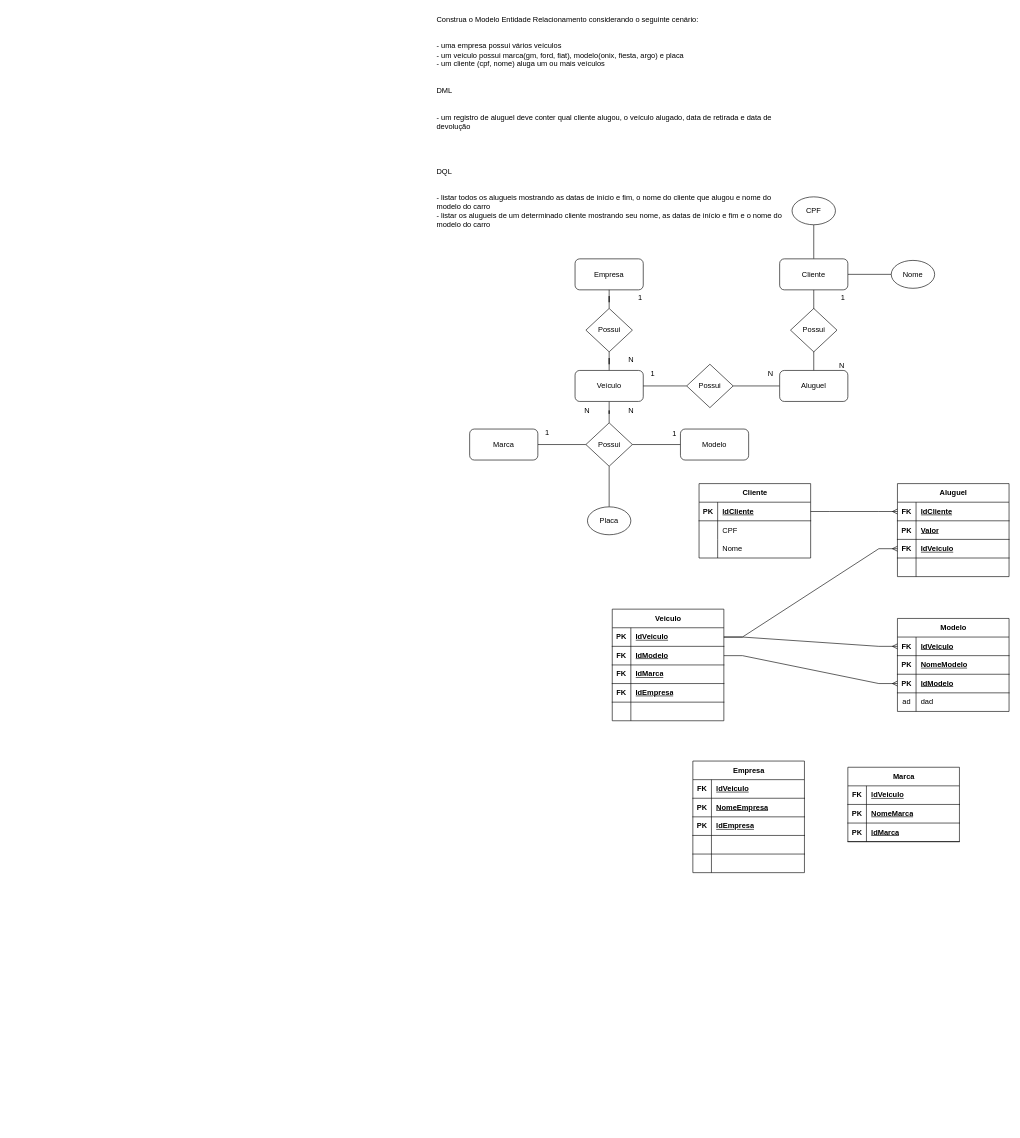
The draw.io diagram page "Página-3" (3 of 7) of Exercícios/DER Ex01/DER00.drawio in GuilhermeOliveira23/2-Semestre-SENAI, before the edit. Source tidied: cells renumbered, new cells numbered last; positions are measured from the earlier drawing's top-left corner, leaving out a move shared by most shapes. Both pictures are drawn from the tidied source at 62%, with x=0, y=0 at pixel (435, 11).
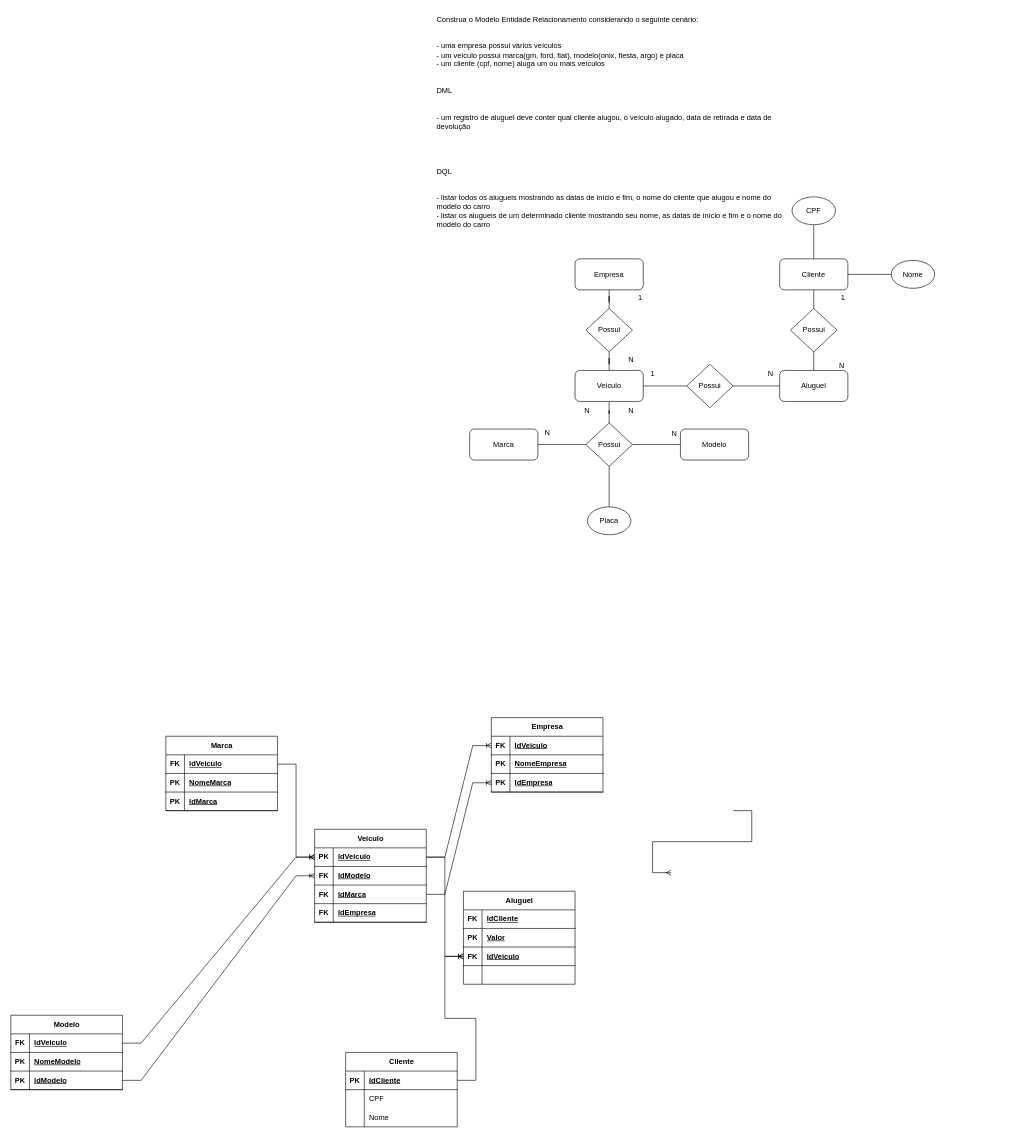
The same page after the edit.

The change refers to these unchanged cells:
```xml
<mxCell id="39" style="shape=tableRow;horizontal=0;startSize=0;swimlaneHead=0;swimlaneBody=0;fillColor=none;points=[[0,0.5],[1,0.5]];portConstraint=eastwest;top=0;left=0;right=0;bottom=1;" parent="38" vertex="1">
  <mxGeometry y="30" width="180" height="30" as="geometry" />
</mxCell>
<mxCell id="45" style="shape=tableRow;horizontal=0;startSize=0;swimlaneHead=0;swimlaneBody=0;fillColor=none;points=[[0,0.5],[1,0.5]];portConstraint=eastwest;top=0;left=0;right=0;bottom=1;" parent="38" vertex="1">
  <mxGeometry y="90" width="180" height="30" as="geometry" />
</mxCell>
<mxCell id="55" style="shape=tableRow;horizontal=0;startSize=0;swimlaneHead=0;swimlaneBody=0;fillColor=none;points=[[0,0.5],[1,0.5]];portConstraint=eastwest;top=0;left=0;right=0;bottom=1;" parent="54" vertex="1">
  <mxGeometry y="30" width="180" height="30" as="geometry" />
</mxCell>
<mxCell id="58" style="shape=tableRow;horizontal=0;startSize=0;swimlaneHead=0;swimlaneBody=0;fillColor=none;points=[[0,0.5],[1,0.5]];portConstraint=eastwest;top=0;left=0;right=0;bottom=1;" parent="54" vertex="1">
  <mxGeometry y="60" width="180" height="30" as="geometry" />
</mxCell>
<mxCell id="61" style="shape=tableRow;horizontal=0;startSize=0;swimlaneHead=0;swimlaneBody=0;fillColor=none;points=[[0,0.5],[1,0.5]];portConstraint=eastwest;top=0;left=0;right=0;bottom=1;" parent="54" vertex="1">
  <mxGeometry y="90" width="180" height="30" as="geometry" />
</mxCell>
<mxCell id="71" style="shape=tableRow;horizontal=0;startSize=0;swimlaneHead=0;swimlaneBody=0;fillColor=none;points=[[0,0.5],[1,0.5]];portConstraint=eastwest;top=0;left=0;right=0;bottom=1;" parent="70" vertex="1">
  <mxGeometry y="30" width="180" height="30" as="geometry" />
</mxCell>
<mxCell id="77" style="shape=tableRow;horizontal=0;startSize=0;swimlaneHead=0;swimlaneBody=0;fillColor=none;points=[[0,0.5],[1,0.5]];portConstraint=eastwest;top=0;left=0;right=0;bottom=1;" parent="70" vertex="1">
  <mxGeometry y="90" width="180" height="30" as="geometry" />
</mxCell>
<mxCell id="84" style="shape=tableRow;horizontal=0;startSize=0;swimlaneHead=0;swimlaneBody=0;fillColor=none;points=[[0,0.5],[1,0.5]];portConstraint=eastwest;top=0;left=0;right=0;bottom=1;" parent="83" vertex="1">
  <mxGeometry y="30" width="180" height="30" as="geometry" />
</mxCell>
<mxCell id="94" style="shape=tableRow;horizontal=0;startSize=0;swimlaneHead=0;swimlaneBody=0;fillColor=none;points=[[0,0.5],[1,0.5]];portConstraint=eastwest;top=0;left=0;right=0;bottom=1;" parent="93" vertex="1">
  <mxGeometry y="30" width="180" height="30" as="geometry" />
</mxCell>
<mxCell id="100" style="shape=tableRow;horizontal=0;startSize=0;swimlaneHead=0;swimlaneBody=0;fillColor=none;points=[[0,0.5],[1,0.5]];portConstraint=eastwest;top=0;left=0;right=0;bottom=1;" parent="93" vertex="1">
  <mxGeometry y="90" width="180" height="30" as="geometry" />
</mxCell>
<mxCell id="107" style="shape=tableRow;horizontal=0;startSize=0;swimlaneHead=0;swimlaneBody=0;fillColor=none;points=[[0,0.5],[1,0.5]];portConstraint=eastwest;top=0;left=0;right=0;bottom=1;" parent="106" vertex="1">
  <mxGeometry y="30" width="180" height="30" as="geometry" />
</mxCell>
```

The edit, as a diff of the source:
```diff
@@
-    <mxCell id="25" value="1" style="text;html=1;align=center;verticalAlign=middle;strokeColor=none;fillColor=none;" parent="1" vertex="1">
+    <mxCell id="25" value="N" style="text;html=1;align=center;verticalAlign=middle;strokeColor=none;fillColor=none;" parent="1" vertex="1">
       <mxGeometry x="165" y="664.5" width="30" height="30" as="geometry" />
     </mxCell>
@@
-    <mxCell id="36" value="1" style="text;html=1;align=center;verticalAlign=middle;strokeColor=none;fillColor=none;" parent="1" vertex="1">
+    <mxCell id="36" value="N" style="text;html=1;align=center;verticalAlign=middle;strokeColor=none;fillColor=none;" parent="1" vertex="1">
       <mxGeometry x="370" y="668" width="30" height="30" as="geometry" />
     </mxCell>
@@
     <mxCell id="38" value="Empresa" style="shape=table;startSize=30;childLayout=tableLayout;rowLines=0;fontStyle=1;align=center;html=1;" parent="1" vertex="1">
-      <mxGeometry x="415" y="1210" width="180" height="180" as="geometry" />
+      <mxGeometry x="90" y="1140" width="180" height="120" as="geometry" />
     </mxCell>
@@
-    <mxCell id="48" style="shape=tableRow;horizontal=0;startSize=0;swimlaneHead=0;swimlaneBody=0;fillColor=none;top=0;left=0;right=0;bottom=1;" parent="38" vertex="1">
-      <mxGeometry y="120" width="180" height="30" as="geometry" />
-    </mxCell>
-    <mxCell id="49" style="shape=partialRectangle;fillColor=none;top=0;left=0;bottom=0;right=0;fontStyle=1;overflow=hidden;whiteSpace=wrap;html=1;" parent="48" vertex="1">
-      <mxGeometry width="30" height="30" as="geometry" />
-    </mxCell>
-    <mxCell id="50" style="shape=partialRectangle;fillColor=none;top=0;left=0;bottom=0;right=0;align=left;spacingLeft=6;fontStyle=5;overflow=hidden;whiteSpace=wrap;html=1;" parent="48" vertex="1">
-      <mxGeometry x="30" width="150" height="30" as="geometry" />
-    </mxCell>
-    <mxCell id="51" style="shape=tableRow;horizontal=0;startSize=0;swimlaneHead=0;swimlaneBody=0;fillColor=none;top=0;left=0;right=0;bottom=0;" parent="38" vertex="1">
-      <mxGeometry y="150" width="180" height="30" as="geometry" />
-    </mxCell>
-    <mxCell id="52" style="shape=partialRectangle;fillColor=none;top=0;left=0;bottom=0;right=0;overflow=hidden;whiteSpace=wrap;html=1;" parent="51" vertex="1">
-      <mxGeometry width="30" height="30" as="geometry" />
-    </mxCell>
-    <mxCell id="53" style="shape=partialRectangle;fillColor=none;top=0;left=0;bottom=0;right=0;align=left;spacingLeft=6;overflow=hidden;whiteSpace=wrap;html=1;" parent="51" vertex="1">
-      <mxGeometry x="30" width="150" height="30" as="geometry" />
-    </mxCell>
     <mxCell id="54" value="Veiculo" style="shape=table;startSize=30;childLayout=tableLayout;rowLines=0;fontStyle=1;align=center;html=1;" parent="1" vertex="1">
-      <mxGeometry x="285" y="965" width="180" height="180" as="geometry" />
+      <mxGeometry x="-195" y="1320" width="180" height="150" as="geometry" />
     </mxCell>
@@
-    <mxCell id="67" style="shape=tableRow;horizontal=0;startSize=0;swimlaneHead=0;swimlaneBody=0;fillColor=none;top=0;left=0;right=0;bottom=0;" parent="54" vertex="1">
-      <mxGeometry y="150" width="180" height="30" as="geometry" />
-    </mxCell>
-    <mxCell id="68" style="shape=partialRectangle;fillColor=none;top=0;left=0;bottom=0;right=0;overflow=hidden;whiteSpace=wrap;html=1;" parent="67" vertex="1">
-      <mxGeometry width="30" height="30" as="geometry" />
-    </mxCell>
-    <mxCell id="69" style="shape=partialRectangle;fillColor=none;top=0;left=0;bottom=0;right=0;align=left;spacingLeft=6;overflow=hidden;whiteSpace=wrap;html=1;" parent="67" vertex="1">
-      <mxGeometry x="30" width="150" height="30" as="geometry" />
-    </mxCell>
     <mxCell id="70" value="Aluguel" style="shape=table;startSize=30;childLayout=tableLayout;rowLines=0;fontStyle=1;align=center;html=1;" parent="1" vertex="1">
-      <mxGeometry x="745" y="762.5" width="180" height="150" as="geometry" />
+      <mxGeometry x="45" y="1420" width="180" height="150" as="geometry" />
     </mxCell>
@@
     <mxCell id="83" value="Marca" style="shape=table;startSize=30;childLayout=tableLayout;rowLines=0;fontStyle=1;align=center;html=1;" parent="1" vertex="1">
-      <mxGeometry x="665" y="1220" width="180" height="120" as="geometry" />
+      <mxGeometry x="-435" y="1170" width="180" height="120" as="geometry" />
     </mxCell>
@@
     <mxCell id="93" value="Modelo" style="shape=table;startSize=30;childLayout=tableLayout;rowLines=0;fontStyle=1;align=center;html=1;" parent="1" vertex="1">
-      <mxGeometry x="745" y="980" width="180" height="150" as="geometry" />
+      <mxGeometry x="-685" y="1620" width="180" height="120" as="geometry" />
     </mxCell>
@@
-    <mxCell id="103" style="shape=tableRow;horizontal=0;startSize=0;swimlaneHead=0;swimlaneBody=0;fillColor=none;top=0;left=0;right=0;bottom=0;" parent="93" vertex="1">
-      <mxGeometry y="120" width="180" height="30" as="geometry" />
-    </mxCell>
-    <mxCell id="104" value="ad" style="shape=partialRectangle;fillColor=none;top=0;left=0;bottom=0;right=0;overflow=hidden;whiteSpace=wrap;html=1;" parent="103" vertex="1">
-      <mxGeometry width="30" height="30" as="geometry" />
-    </mxCell>
-    <mxCell id="105" value="dad" style="shape=partialRectangle;fillColor=none;top=0;left=0;bottom=0;right=0;align=left;spacingLeft=6;overflow=hidden;whiteSpace=wrap;html=1;" parent="103" vertex="1">
-      <mxGeometry x="30" width="150" height="30" as="geometry" />
-    </mxCell>
     <mxCell id="106" value="Cliente" style="shape=table;startSize=30;childLayout=tableLayout;rowLines=0;fontStyle=1;align=center;html=1;" parent="1" vertex="1">
-      <mxGeometry x="425" y="762.5" width="180" height="120" as="geometry" />
+      <mxGeometry x="-145" y="1680" width="180" height="120" as="geometry" />
     </mxCell>
@@
-    <mxCell id="116" style="edgeStyle=entityRelationEdgeStyle;fontSize=12;html=1;endArrow=ERmany;rounded=0;exitX=1;exitY=0.5;exitDx=0;exitDy=0;entryX=0;entryY=0.5;entryDx=0;entryDy=0;" parent="1" edge="1" source="107" target="71">
-      <mxGeometry relative="1" as="geometry" />
-    </mxCell>
+    <mxCell id="120" style="edgeStyle=entityRelationEdgeStyle;fontSize=12;html=1;endArrow=ERoneToMany;rounded=0;entryX=0;entryY=0.5;entryDx=0;entryDy=0;exitX=1;exitY=0.5;exitDx=0;exitDy=0;" parent="1" edge="1" source="61" target="45">
+      <mxGeometry relative="1" as="geometry" />
+    </mxCell>
-    <mxCell id="117" style="edgeStyle=entityRelationEdgeStyle;fontSize=12;html=1;endArrow=ERmany;rounded=0;entryX=0;entryY=0.5;entryDx=0;entryDy=0;exitX=1;exitY=0.5;exitDx=0;exitDy=0;" parent="1" edge="1" source="55" target="77">
+    <mxCell id="117" style="edgeStyle=entityRelationEdgeStyle;fontSize=12;html=1;endArrow=ERoneToMany;rounded=0;entryX=0;entryY=0.5;entryDx=0;entryDy=0;exitX=1;exitY=0.5;exitDx=0;exitDy=0;" parent="1" edge="1" source="55" target="77">
       <mxGeometry relative="1" as="geometry" />
     </mxCell>
-    <mxCell id="118" style="edgeStyle=entityRelationEdgeStyle;fontSize=12;html=1;endArrow=ERmany;rounded=0;entryX=0;entryY=0.5;entryDx=0;entryDy=0;exitX=1;exitY=0.5;exitDx=0;exitDy=0;" parent="1" edge="1" source="55" target="94">
-      <mxGeometry relative="1" as="geometry" />
-    </mxCell>
-    <mxCell id="119" style="edgeStyle=entityRelationEdgeStyle;fontSize=12;html=1;endArrow=ERmany;rounded=0;entryX=0;entryY=0.5;entryDx=0;entryDy=0;exitX=1;exitY=0.5;exitDx=0;exitDy=0;" parent="1" edge="1" source="58" target="100">
-      <mxGeometry relative="1" as="geometry" />
-    </mxCell>
+    <mxCell id="121" style="edgeStyle=entityRelationEdgeStyle;fontSize=12;html=1;endArrow=ERoneToMany;rounded=0;entryX=0;entryY=0.5;entryDx=0;entryDy=0;exitX=1;exitY=0.5;exitDx=0;exitDy=0;" parent="1" edge="1" source="107" target="77">
+      <mxGeometry relative="1" as="geometry" />
+    </mxCell>
+    <mxCell id="122" style="edgeStyle=entityRelationEdgeStyle;fontSize=12;html=1;endArrow=ERoneToMany;rounded=0;exitX=1;exitY=0.5;exitDx=0;exitDy=0;entryX=0;entryY=0.5;entryDx=0;entryDy=0;" parent="1" edge="1" source="100" target="58">
+      <mxGeometry relative="1" as="geometry" />
+    </mxCell>
+    <mxCell id="123" style="edgeStyle=entityRelationEdgeStyle;fontSize=12;html=1;endArrow=ERoneToMany;rounded=0;entryX=0;entryY=0.5;entryDx=0;entryDy=0;exitX=1;exitY=0.5;exitDx=0;exitDy=0;" parent="1" edge="1" source="55" target="39">
+      <mxGeometry relative="1" as="geometry" />
+    </mxCell>
+    <mxCell id="124" style="edgeStyle=entityRelationEdgeStyle;fontSize=12;html=1;endArrow=ERoneToMany;rounded=0;exitX=1;exitY=0.5;exitDx=0;exitDy=0;entryX=0;entryY=0.5;entryDx=0;entryDy=0;" parent="1" edge="1" source="94" target="55">
+      <mxGeometry relative="1" as="geometry" />
+    </mxCell>
+    <mxCell id="125" style="edgeStyle=entityRelationEdgeStyle;fontSize=12;html=1;endArrow=ERoneToMany;rounded=0;exitX=1;exitY=0.5;exitDx=0;exitDy=0;entryX=0;entryY=0.5;entryDx=0;entryDy=0;" parent="1" edge="1" source="84" target="55">
+      <mxGeometry relative="1" as="geometry" />
+    </mxCell>
+    <mxCell id="126" style="edgeStyle=entityRelationEdgeStyle;fontSize=12;html=1;endArrow=ERmany;rounded=0;" parent="1" edge="1">
+      <mxGeometry relative="1" as="geometry">
+        <mxPoint x="480" y="1290" as="sourcePoint" />
+        <mxPoint x="380" y="1390" as="targetPoint" />
+      </mxGeometry>
+    </mxCell>
```
